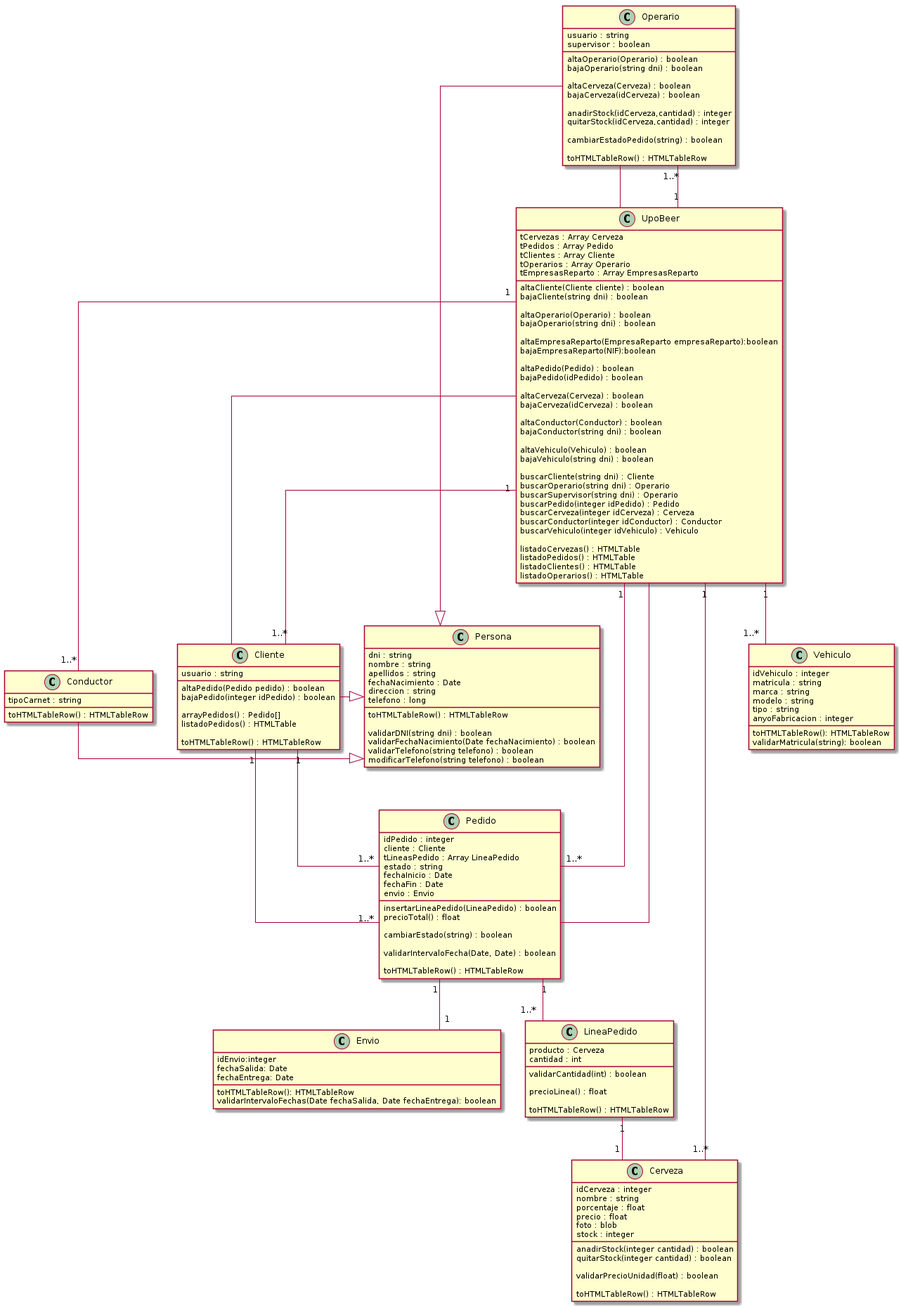
This is doc/diagrama_clases.png from JavierMendezGomez/upobeer, a PlantUML export, as it was before one commit.
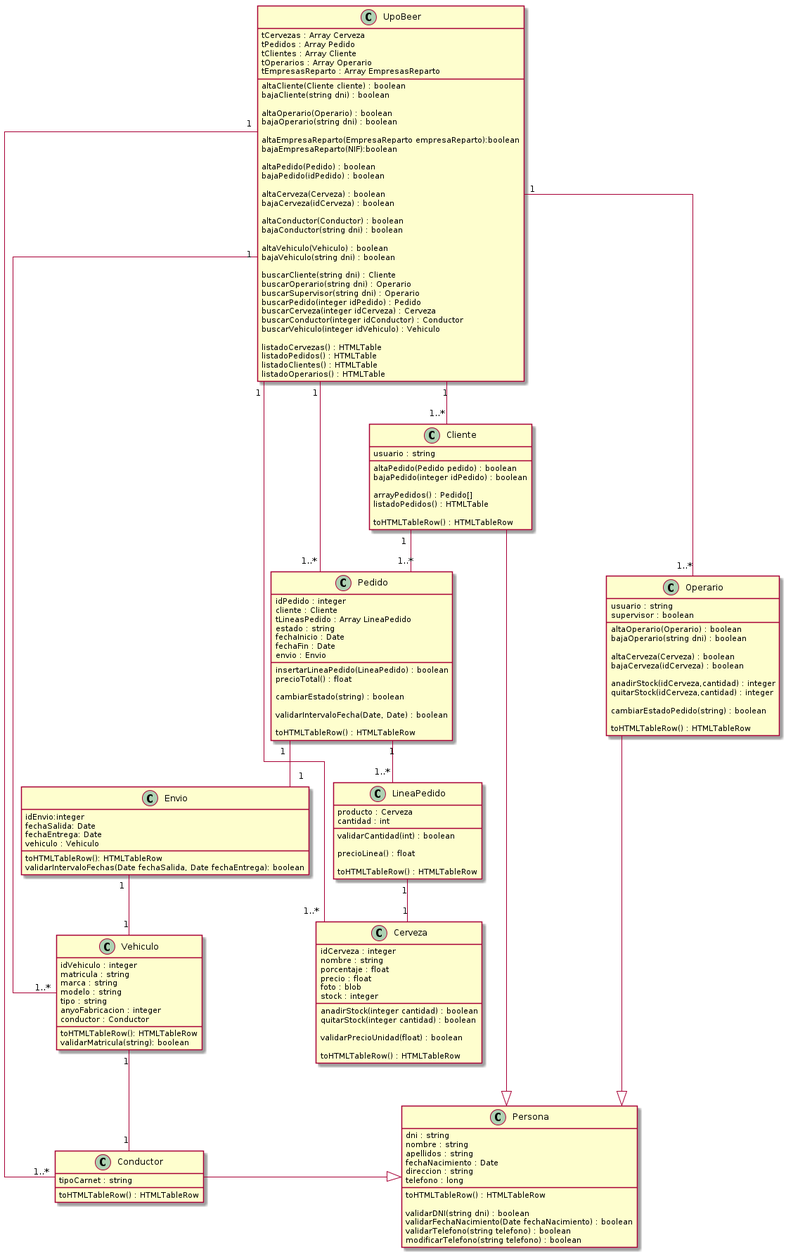
The same file after the commit.

Commit message:
Actualizar diagrama, peinado final del modelo

The edit, as a diff of the source:
```diff
@@ -41,7 +41,7 @@
 
 	toHTMLTableRow() : HTMLTableRow
 }
-Operario -- UpoBeer
+
 
 class Cliente {
 	usuario : string
@@ -53,7 +53,7 @@
 
 	toHTMLTableRow() : HTMLTableRow
 }
-Cliente -- UpoBeer
+
 
 class Cerveza{
 	idCerveza : integer
@@ -89,7 +89,6 @@
 
 	toHTMLTableRow() : HTMLTableRow
 }
-Pedido -- UpoBeer
 Pedido "1" -- "1"Envio
 
 class LineaPedido{
@@ -155,10 +154,13 @@
 	idEnvio:integer
 	fechaSalida: Date
 	fechaEntrega: Date
+  vehiculo : Vehiculo
 
 	toHTMLTableRow(): HTMLTableRow
 	validarIntervaloFechas(Date fechaSalida, Date fechaEntrega): boolean
 }
+Vehiculo "1" -- "1" Conductor
+Envio "1" -- "1" Vehiculo
 
 class Vehiculo{
 	idVehiculo : integer
@@ -167,6 +169,7 @@
 	modelo : string
 	tipo : string
 	anyoFabricacion : integer
+  conductor : Conductor
 
 	toHTMLTableRow(): HTMLTableRow
 	validarMatricula(string): boolean
@@ -179,6 +182,5 @@
 Cliente "1" -- "1..*" Pedido
 
 LineaPedido "1" -- "1" Cerveza
-Pedido "1..*" -- "1" Cliente
 Pedido "1" -- "1..*" LineaPedido
 @enduml
```
